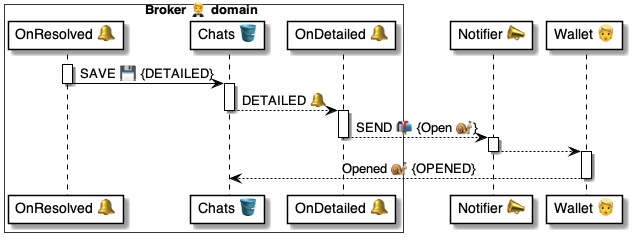
Above: 4 ⚙️ Solution/20 🧑‍🦰 UI/Brokers 🤵/🤵🪣 Broker tables/Chats 💬 table/🪣🧱 13 Detailed 🔔 event/🤵 OnChatDetailed ⚙️ uml.png in pollyweb-org/pollyweb-docs (PlantUML), before the change. Its source is kept beside it as 4 ⚙️ Solution/20 🧑‍🦰 UI/Brokers 🤵/🤵🪣 Broker tables/Chats 💬 table/🪣🧱 13 Detailed 🔔 event/🤵 OnChatDetailed ⚙️ uml.puml. The source it was exported from:
```plantuml
@startuml OnChatDetailed


box Broker 🤵 domain #FFFFFA
    participant "OnResolved 🔔" as script
    participant "Chats 🪣" as table
    participant "OnDetailed 🔔" as handler
end box

participant "Notifier 📣" as notifier
participant "Wallet 👱" as wallet



activate script
    script -> table: SAVE 💾 {DETAILED}
deactivate script

activate table
    table --> handler: DETAILED 🔔
deactivate table

activate handler
    handler --> notifier: SEND 📬 {Open 🐌}
deactivate handler

activate notifier
    notifier --> wallet:
deactivate notifier

activate wallet
    wallet --> table: Opened 🐌 {OPENED}
deactivate wallet

@enduml
```
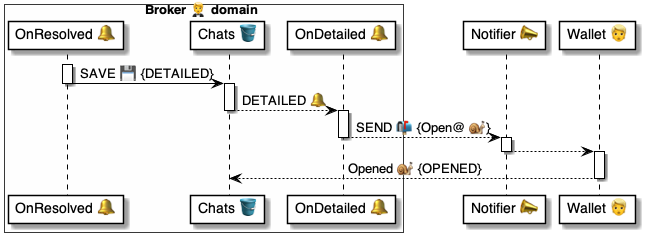
The same file after the commit.

Diff of the diagram source:
```diff
@@ -21,7 +21,7 @@
 deactivate table
 
 activate handler
-    handler --> notifier: SEND 📬 {Open 🐌}
+    handler --> notifier: SEND 📬 {Open@ 🐌}
 deactivate handler
 
 activate notifier
```
